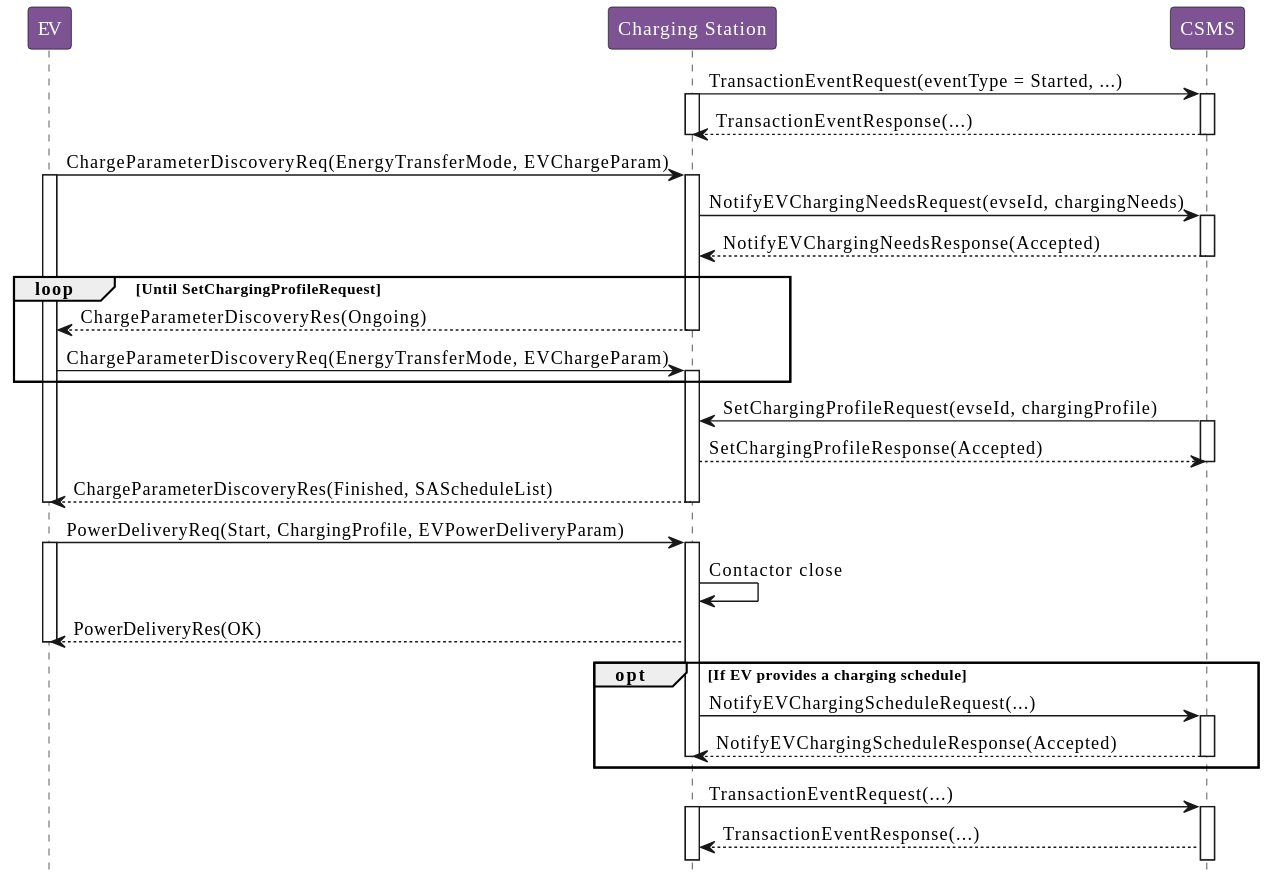
Earlier version of the PlantUML export OCPP_2.0.1/part2/images/figure_114.svg (phoi5675/ocpp-markdown). Its diagram source:
```plantuml
@startuml
!include style.puml

participant "EV" as EV
participant "Charging Station" as ChargingStation
participant "CSMS" as CSMS

ChargingStation -> CSMS: TransactionEventRequest(eventType  Started, ...)
activate ChargingStation
activate CSMS

CSMS --> ChargingStation: TransactionEventResponse(...)
deactivate ChargingStation
deactivate CSMS

EV -> ChargingStation: ChargeParameterDiscoveryReq(EnergyTransferMode, EVChargeParam)
activate EV
activate ChargingStation

ChargingStation -> CSMS: NotifyEVChargingNeedsRequest(evseId, chargingNeeds)
activate CSMS

CSMS --> ChargingStation: NotifyEVChargingNeedsResponse(Accepted)
deactivate CSMS

loop Until SetChargingProfileRequest
  ChargingStation --> EV: ChargeParameterDiscoveryRes(Ongoing)
  deactivate ChargingStation

  EV -> ChargingStation: ChargeParameterDiscoveryReq(EnergyTransferMode, EVChargeParam)
  activate ChargingStation
end

CSMS -> ChargingStation: SetChargingProfileRequest(evseId, chargingProfile)
activate CSMS

ChargingStation --> CSMS: SetChargingProfileResponse(Accepted)
deactivate CSMS

ChargingStation --> EV: ChargeParameterDiscoveryRes(Finished, SAScheduleList)
deactivate ChargingStation
deactivate EV

EV -> ChargingStation: PowerDeliveryReq(Start, ChargingProfile, EVPowerDeliveryParam)
activate EV
activate ChargingStation

ChargingStation -> ChargingStation: Contactor close

ChargingStation --> EV: PowerDeliveryRes(OK)
deactivate EV

opt If EV provides a charging schedule
  ChargingStation -> CSMS: NotifyEVChargingScheduleRequest(...)
  activate CSMS

  CSMS --> ChargingStation: NotifyEVChargingScheduleResponse(Accepted)
  deactivate ChargingStation
  deactivate CSMS
end

ChargingStation -> CSMS: TransactionEventRequest(...)
activate ChargingStation
activate CSMS

CSMS --> ChargingStation: TransactionEventResponse(...)
@enduml
```
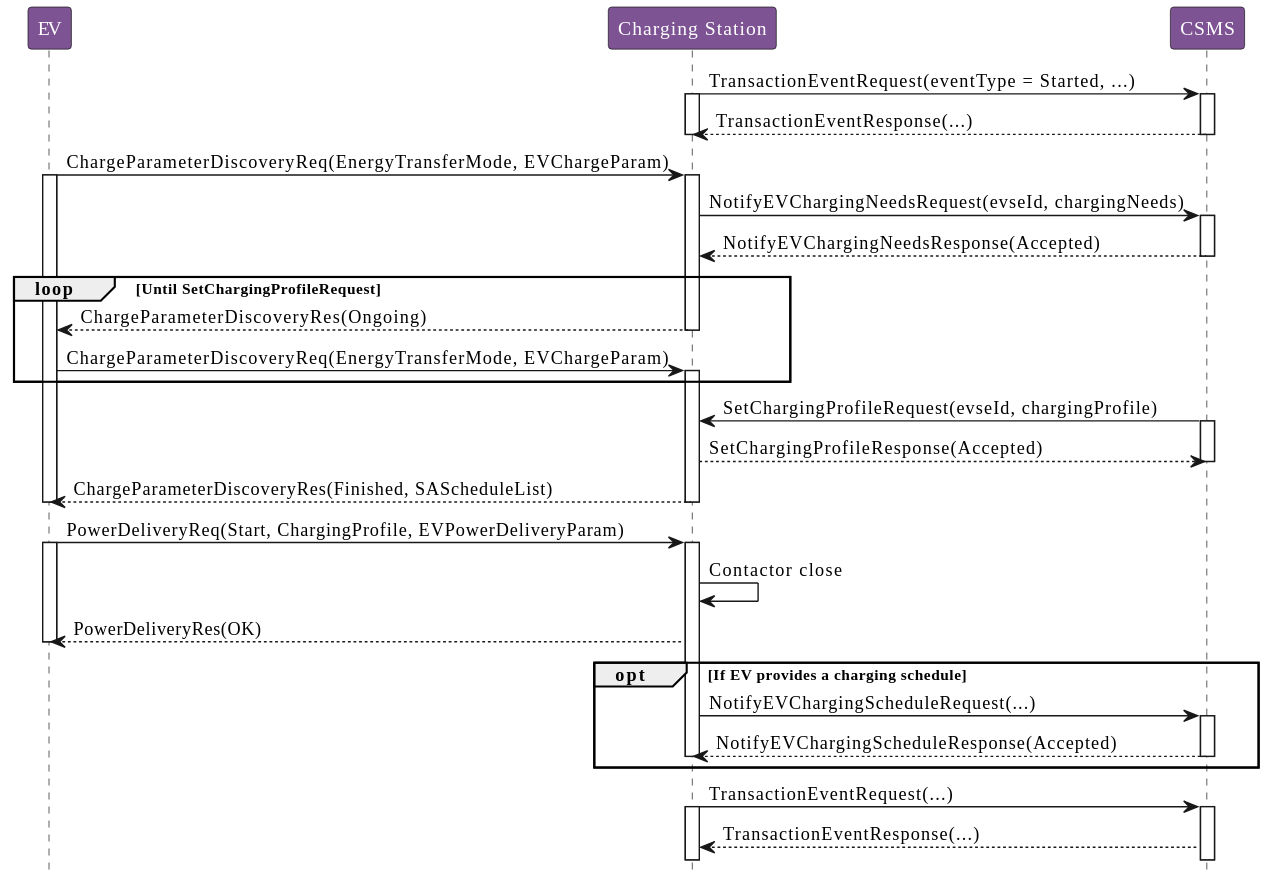
The same diagram one commit later.

What changed in the source:
```diff
@@ -5,7 +5,7 @@
 participant "Charging Station" as ChargingStation
 participant "CSMS" as CSMS
 
-ChargingStation -> CSMS: TransactionEventRequest(eventType  Started, ...)
+ChargingStation -> CSMS: TransactionEventRequest(eventType = Started, ...)
 activate ChargingStation
 activate CSMS
 
```
